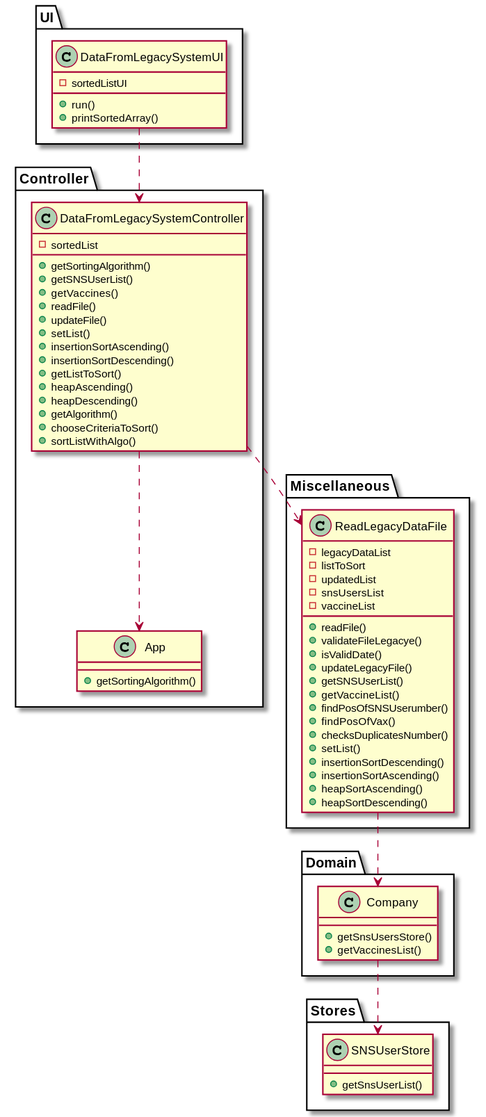
The PlantUML diagram docs/SprintD/US017/US017_CD.svg in Pirussa/lei-22-s2-1da-g02, before a commit.
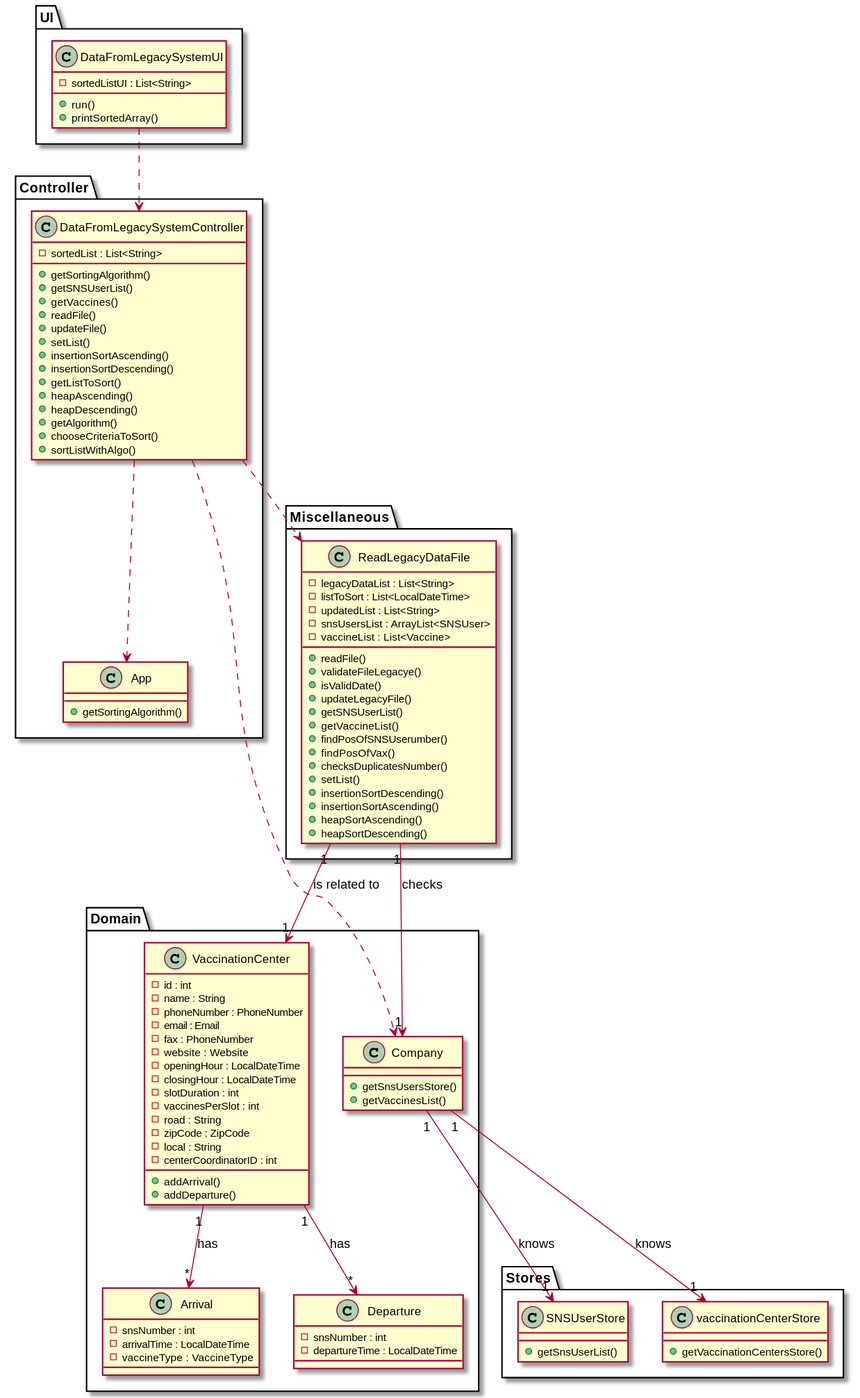
Later version of the same file.

Diff of the diagram source:
```diff
@@ -2,9 +2,39 @@
 
 package UI {
 class DataFromLegacySystemUI{
--sortedListUI
+-sortedListUI : List<String>
 +run()
 +printSortedArray()
+}
+}
+
+package Domain{
+class VaccinationCenter{
+-id : int
+-name : String
+-phoneNumber : PhoneNumber
+-email : Email
+-fax : PhoneNumber
+-website : Website
+-openingHour : LocalDateTime
+-closingHour : LocalDateTime
+-slotDuration : int
+-vaccinesPerSlot : int
+-road : String
+-zipCode : ZipCode
+-local : String
+-centerCoordinatorID : int
++addArrival()
++addDeparture()
+}
+class Arrival{
+-snsNumber : int
+-arrivalTime : LocalDateTime
+-vaccineType : VaccineType
+}
+class Departure{
+-snsNumber : int
+-departureTime : LocalDateTime
 }
 }
 
@@ -28,7 +58,7 @@
 +getAlgorithm()
 +chooseCriteriaToSort()
 +sortListWithAlgo()
--sortedList
+-sortedList : List<String>
 }
 }
 
@@ -42,6 +72,9 @@
 package Stores {
 class SNSUserStore{
 +getSnsUserList()
+}
+class vaccinationCenterStore{
++getVaccinationCentersStore()
 }
 }
 
@@ -61,11 +94,11 @@
 +insertionSortAscending()
 +heapSortAscending()
 +heapSortDescending()
--legacyDataList
--listToSort
--updatedList
--snsUsersList
--vaccineList
+-legacyDataList : List<String>
+-listToSort : List<LocalDateTime>
+-updatedList : List<String>
+-snsUsersList : ArrayList<SNSUser>
+-vaccineList : List<Vaccine>
 }
 }
 
@@ -75,10 +108,18 @@
 
 DataFromLegacySystemController ..> ReadLegacyDataFile
 
-ReadLegacyDataFile ..> Company
+ReadLegacyDataFile "1"-->"1" Company : checks
 
-Company ..> SNSUserStore
+Company"1" --> "1" SNSUserStore : knows
 
+ReadLegacyDataFile "1"-->"1" VaccinationCenter : is related to
 
+VaccinationCenter "1"-->"*" Arrival : has
+
+VaccinationCenter "1"-->"*" Departure : has
+
+DataFromLegacySystemController ..> Company
+
+Company "1"-->"1" vaccinationCenterStore : knows
 
 @enduml
```
